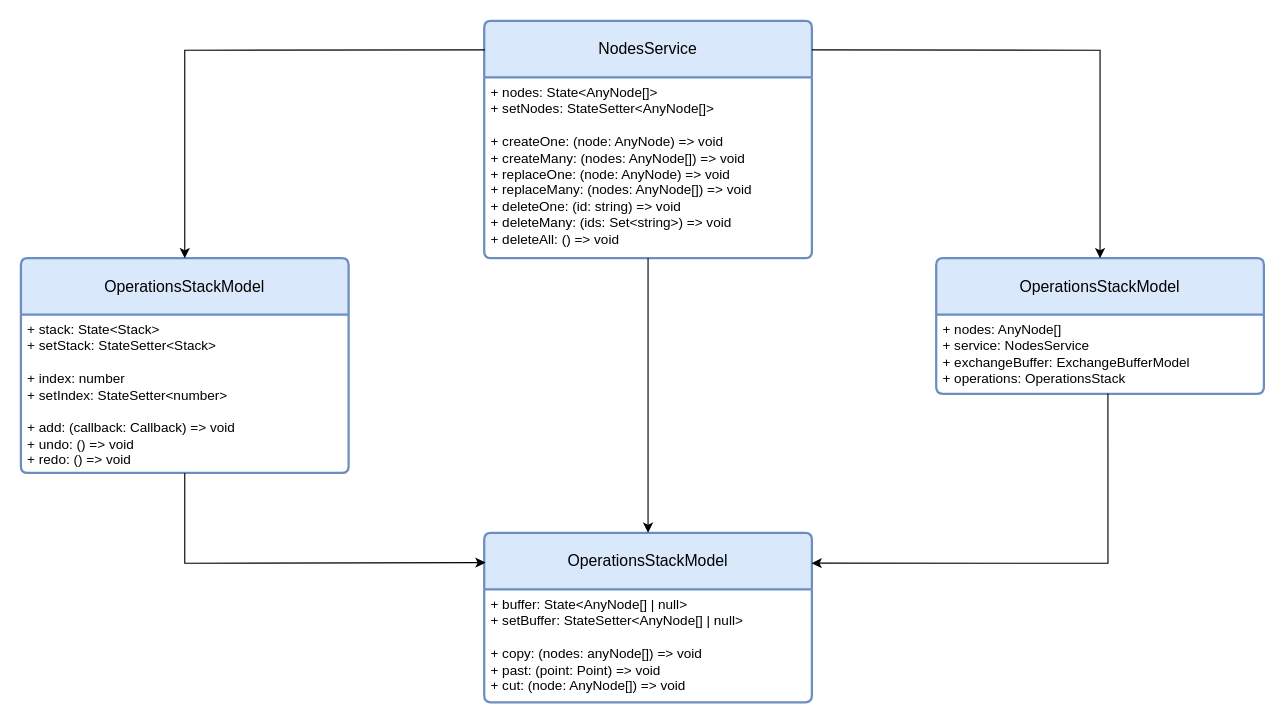
This is page "Nodes Model" (4 of 9) of docs/calypso.drawio from TarhunchiKKK/calypso, a draw.io file, before an edit. Source tidied: cells renumbered, new cells numbered last; positions are measured from the earlier drawing's top-left corner, leaving out a move shared by most shapes. Both pictures are drawn from the tidied source at 113%, with x=0, y=0 at pixel (20, 20).
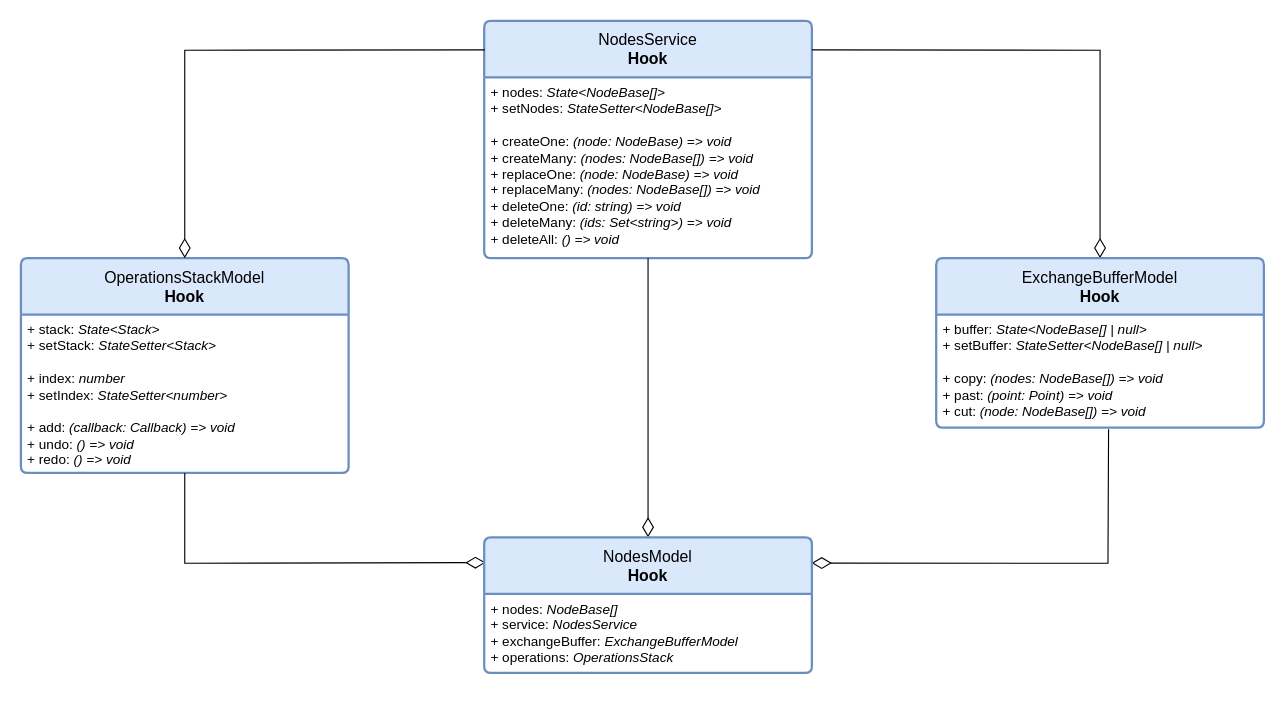
Above is the later version.

Diff of the diagram source:
```diff
@@
-    <mxCell id="2" value="OperationsStackModel" style="swimlane;horizontal=1;startSize=50;rounded=1;fontSize=14;fontStyle=0;strokeWidth=2;shadow=0;dashed=0;align=center;arcSize=4;whiteSpace=wrap;html=1;fillColor=#dae8fc;strokeColor=#6c8ebf;" parent="1" vertex="1">
+    <mxCell id="2" value="OperationsStackModel&lt;div&gt;&lt;b&gt;Hook&lt;/b&gt;&lt;/div&gt;" style="swimlane;horizontal=1;startSize=50;rounded=1;fontSize=14;fontStyle=0;strokeWidth=2;shadow=0;dashed=0;align=center;arcSize=4;whiteSpace=wrap;html=1;fillColor=#dae8fc;strokeColor=#6c8ebf;" parent="1" vertex="1">
       <mxGeometry y="210" width="290" height="190" as="geometry" />
     </mxCell>
-    <mxCell id="3" value="+ stack: State&amp;lt;Stack&amp;gt;&lt;div&gt;+ setStack: StateSetter&amp;lt;Stack&amp;gt;&lt;/div&gt;&lt;div&gt;&lt;br&gt;&lt;/div&gt;&lt;div&gt;+ index: number&lt;/div&gt;&lt;div&gt;+ setIndex: StateSetter&amp;lt;number&amp;gt;&lt;/div&gt;&lt;div&gt;&lt;br&gt;&lt;/div&gt;&lt;div&gt;+ add: (callback: Callback) =&amp;gt; void&lt;/div&gt;&lt;div&gt;+ undo: () =&amp;gt; void&lt;/div&gt;&lt;div&gt;+ redo: () =&amp;gt; void&lt;/div&gt;" style="align=left;strokeColor=none;fillColor=none;spacingLeft=4;spacingRight=4;fontSize=12;verticalAlign=top;html=1;whiteSpace=wrap;" parent="2" vertex="1">
+    <mxCell id="3" value="+ stack: &lt;i&gt;State&amp;lt;Stack&amp;gt;&lt;/i&gt;&lt;div&gt;+ setStack: &lt;i&gt;StateSetter&amp;lt;Stack&amp;gt;&lt;/i&gt;&lt;/div&gt;&lt;div&gt;&lt;br&gt;&lt;/div&gt;&lt;div&gt;+ index: &lt;i&gt;number&lt;/i&gt;&lt;/div&gt;&lt;div&gt;+ setIndex: &lt;i&gt;StateSetter&amp;lt;number&amp;gt;&lt;/i&gt;&lt;/div&gt;&lt;div&gt;&lt;br&gt;&lt;/div&gt;&lt;div&gt;+ add: &lt;i&gt;(callback: Callback) =&amp;gt; void&lt;/i&gt;&lt;/div&gt;&lt;div&gt;+ undo: &lt;i&gt;() =&amp;gt; void&lt;/i&gt;&lt;/div&gt;&lt;div&gt;+ redo: &lt;i&gt;() =&amp;gt; void&lt;/i&gt;&lt;/div&gt;" style="align=left;strokeColor=none;fillColor=none;spacingLeft=4;spacingRight=4;fontSize=12;verticalAlign=top;html=1;whiteSpace=wrap;" parent="2" vertex="1">
       <mxGeometry y="50" width="290" height="140" as="geometry" />
     </mxCell>
-    <mxCell id="4" value="NodesService" style="swimlane;horizontal=1;startSize=50;rounded=1;fontSize=14;fontStyle=0;strokeWidth=2;shadow=0;dashed=0;align=center;arcSize=4;whiteSpace=wrap;html=1;fillColor=#dae8fc;strokeColor=#6c8ebf;" parent="1" vertex="1">
+    <mxCell id="4" value="NodesService&lt;div&gt;&lt;b&gt;Hook&lt;/b&gt;&lt;/div&gt;" style="swimlane;horizontal=1;startSize=50;rounded=1;fontSize=14;fontStyle=0;strokeWidth=2;shadow=0;dashed=0;align=center;arcSize=4;whiteSpace=wrap;html=1;fillColor=#dae8fc;strokeColor=#6c8ebf;" parent="1" vertex="1">
       <mxGeometry x="410" width="290" height="210" as="geometry" />
     </mxCell>
-    <mxCell id="5" value="+ nodes: State&amp;lt;AnyNode[]&amp;gt;&lt;br&gt;+ setNodes: StateSetter&amp;lt;AnyNode[]&amp;gt;&lt;div&gt;&lt;br&gt;&lt;div&gt;+ createOne: (node: AnyNode) =&amp;gt; void&lt;div&gt;+ createMany: (nodes: AnyNode[]) =&amp;gt; void&lt;/div&gt;&lt;div&gt;+ replaceOne: (node: AnyNode) =&amp;gt; void&lt;/div&gt;&lt;div&gt;+ replaceMany: (nodes: AnyNode[]) =&amp;gt; void&lt;/div&gt;&lt;div&gt;+ deleteOne: (id: string) =&amp;gt; void&lt;/div&gt;&lt;div&gt;+ deleteMany: (ids: Set&amp;lt;string&amp;gt;) =&amp;gt; void&lt;/div&gt;&lt;div&gt;+ deleteAll: () =&amp;gt; void&lt;/div&gt;&lt;/div&gt;&lt;/div&gt;" style="align=left;strokeColor=none;fillColor=none;spacingLeft=4;spacingRight=4;fontSize=12;verticalAlign=top;html=1;whiteSpace=wrap;" parent="4" vertex="1">
+    <mxCell id="5" value="+ nodes: &lt;i&gt;State&amp;lt;&lt;/i&gt;&lt;i&gt;NodeBase&lt;/i&gt;&lt;i&gt;[]&amp;gt;&lt;/i&gt;&lt;br&gt;+ setNodes: &lt;i&gt;StateSetter&amp;lt;&lt;/i&gt;&lt;i&gt;NodeBase&lt;/i&gt;&lt;i&gt;[]&amp;gt;&lt;/i&gt;&lt;div&gt;&lt;br&gt;&lt;div&gt;+ createOne: &lt;i&gt;(node:&amp;nbsp;&lt;/i&gt;&lt;i&gt;NodeBase&lt;/i&gt;&lt;i&gt;) =&amp;gt; void&lt;/i&gt;&lt;div&gt;+ createMany: &lt;i&gt;(nodes:&amp;nbsp;&lt;/i&gt;&lt;i&gt;NodeBase&lt;/i&gt;&lt;i&gt;[]) =&amp;gt; void&lt;/i&gt;&lt;/div&gt;&lt;div&gt;+ replaceOne: &lt;i&gt;(node:&amp;nbsp;&lt;/i&gt;&lt;i&gt;NodeBase&lt;/i&gt;&lt;i&gt;) =&amp;gt; void&lt;/i&gt;&lt;/div&gt;&lt;div&gt;+ replaceMany: &lt;i&gt;(nodes:&amp;nbsp;&lt;/i&gt;&lt;i&gt;NodeBase&lt;/i&gt;&lt;i&gt;[]) =&amp;gt; void&lt;/i&gt;&lt;/div&gt;&lt;div&gt;+ deleteOne: &lt;i&gt;(id: string) =&amp;gt; void&lt;/i&gt;&lt;/div&gt;&lt;div&gt;+ deleteMany: &lt;i&gt;(ids: Set&amp;lt;string&amp;gt;) =&amp;gt; void&lt;/i&gt;&lt;/div&gt;&lt;div&gt;+ deleteAll: &lt;i&gt;() =&amp;gt; void&lt;/i&gt;&lt;/div&gt;&lt;/div&gt;&lt;/div&gt;" style="align=left;strokeColor=none;fillColor=none;spacingLeft=4;spacingRight=4;fontSize=12;verticalAlign=top;html=1;whiteSpace=wrap;" parent="4" vertex="1">
       <mxGeometry y="50" width="290" height="160" as="geometry" />
     </mxCell>
-    <mxCell id="6" value="OperationsStackModel" style="swimlane;horizontal=1;startSize=50;rounded=1;fontSize=14;fontStyle=0;strokeWidth=2;shadow=0;dashed=0;align=center;arcSize=4;whiteSpace=wrap;html=1;fillColor=#dae8fc;strokeColor=#6c8ebf;" parent="1" vertex="1">
-      <mxGeometry x="410" y="453" width="290" height="150" as="geometry" />
-    </mxCell>
-    <mxCell id="7" value="+ buffer: State&amp;lt;AnyNode[] | null&amp;gt;&lt;div&gt;+ setBuffer: StateSetter&amp;lt;AnyNode[] | null&amp;gt;&lt;/div&gt;&lt;div&gt;&lt;br&gt;&lt;/div&gt;&lt;div&gt;+ copy: (nodes: anyNode[]) =&amp;gt; void&lt;/div&gt;&lt;div&gt;+ past: (point: Point) =&amp;gt; void&lt;/div&gt;&lt;div&gt;+ cut: (node: AnyNode[]) =&amp;gt; void&lt;/div&gt;" style="align=left;strokeColor=none;fillColor=none;spacingLeft=4;spacingRight=4;fontSize=12;verticalAlign=top;html=1;whiteSpace=wrap;" parent="6" vertex="1">
-      <mxGeometry y="50" width="290" height="100" as="geometry" />
-    </mxCell>
-    <mxCell id="8" value="OperationsStackModel" style="swimlane;horizontal=1;startSize=50;rounded=1;fontSize=14;fontStyle=0;strokeWidth=2;shadow=0;dashed=0;align=center;arcSize=4;whiteSpace=wrap;html=1;fillColor=#dae8fc;strokeColor=#6c8ebf;" parent="1" vertex="1">
-      <mxGeometry x="810" y="210" width="290" height="120" as="geometry" />
-    </mxCell>
-    <mxCell id="9" value="+ nodes: AnyNode[]&lt;div&gt;+ service: NodesService&lt;/div&gt;&lt;div&gt;+ exchangeBuffer: ExchangeBufferModel&lt;/div&gt;&lt;div&gt;+ operations: OperationsStack&lt;/div&gt;" style="align=left;strokeColor=none;fillColor=none;spacingLeft=4;spacingRight=4;fontSize=12;verticalAlign=top;html=1;whiteSpace=wrap;" parent="8" vertex="1">
-      <mxGeometry y="50" width="290" height="70" as="geometry" />
-    </mxCell>
-    <mxCell id="10" style="endArrow=classic;html=1;rounded=0;entryX=0.5;entryY=0;entryDx=0;entryDy=0;exitX=1;exitY=0.122;exitDx=0;exitDy=0;exitPerimeter=0;" parent="1" edge="1" source="4" target="8">
+    <mxCell id="10" style="endArrow=diamondThin;html=1;rounded=0;entryX=0.5;entryY=0;entryDx=0;entryDy=0;exitX=1;exitY=0.122;exitDx=0;exitDy=0;exitPerimeter=0;endSize=15;endFill=0;" parent="1" edge="1" source="4">
       <mxGeometry relative="1" as="geometry">
+        <mxPoint x="955" y="210" as="targetPoint" />
         <Array as="points">
           <mxPoint x="955" y="26" />
         </Array>
       </mxGeometry>
     </mxCell>
-    <mxCell id="11" style="endArrow=classic;html=1;rounded=0;exitX=0.002;exitY=0.122;exitDx=0;exitDy=0;exitPerimeter=0;entryX=0.5;entryY=0;entryDx=0;entryDy=0;" parent="1" edge="1" source="4" target="2">
+    <mxCell id="11" style="endArrow=diamondThin;html=1;rounded=0;exitX=0.002;exitY=0.122;exitDx=0;exitDy=0;exitPerimeter=0;entryX=0.5;entryY=0;entryDx=0;entryDy=0;endFill=0;strokeWidth=1;endSize=15;" parent="1" edge="1" source="4" target="2">
       <mxGeometry relative="1" as="geometry">
         <Array as="points">
           <mxPoint x="145" y="26" />
         </Array>
       </mxGeometry>
     </mxCell>
-    <mxCell id="12" style="endArrow=classic;html=1;rounded=0;exitX=0.5;exitY=1;exitDx=0;exitDy=0;entryX=0.004;entryY=0.176;entryDx=0;entryDy=0;entryPerimeter=0;" parent="1" edge="1" source="3" target="6">
+    <mxCell id="12" style="endArrow=diamondThin;html=1;rounded=0;exitX=0.5;exitY=1;exitDx=0;exitDy=0;entryX=0.004;entryY=0.176;entryDx=0;entryDy=0;entryPerimeter=0;endSize=15;endFill=0;" parent="1" edge="1" source="3">
       <mxGeometry relative="1" as="geometry">
+        <mxPoint x="411.2" y="479.4" as="targetPoint" />
         <Array as="points">
           <mxPoint x="145" y="480" />
         </Array>
       </mxGeometry>
     </mxCell>
-    <mxCell id="13" style="endArrow=classic;html=1;rounded=0;exitX=0.524;exitY=0.995;exitDx=0;exitDy=0;exitPerimeter=0;entryX=0.999;entryY=0.179;entryDx=0;entryDy=0;entryPerimeter=0;" parent="1" edge="1" source="9" target="6">
+    <mxCell id="13" style="endArrow=diamondThin;html=1;rounded=0;exitX=0.526;exitY=1.014;exitDx=0;exitDy=0;exitPerimeter=0;entryX=0.999;entryY=0.179;entryDx=0;entryDy=0;entryPerimeter=0;endFill=0;endSize=15;" parent="1" edge="1" source="16">
       <mxGeometry relative="1" as="geometry">
+        <mxPoint x="699.7" y="479.8" as="targetPoint" />
         <Array as="points">
           <mxPoint x="962" y="480" />
         </Array>
       </mxGeometry>
     </mxCell>
-    <mxCell id="14" style="endArrow=classic;html=1;rounded=0;entryX=0.5;entryY=0;entryDx=0;entryDy=0;exitX=0.5;exitY=1;exitDx=0;exitDy=0;" parent="1" edge="1" source="5" target="6">
+    <mxCell id="14" style="endArrow=diamondThin;html=1;rounded=0;exitX=0.5;exitY=1;exitDx=0;exitDy=0;endSize=15;endFill=0;" parent="1" edge="1" source="5" target="17">
       <mxGeometry relative="1" as="geometry" />
     </mxCell>
+    <mxCell id="15" value="ExchangeBufferModel&lt;div&gt;&lt;b&gt;Hook&lt;/b&gt;&lt;/div&gt;" style="swimlane;horizontal=1;startSize=50;rounded=1;fontSize=14;fontStyle=0;strokeWidth=2;shadow=0;dashed=0;align=center;arcSize=4;whiteSpace=wrap;html=1;fillColor=#dae8fc;strokeColor=#6c8ebf;" parent="1" vertex="1">
+      <mxGeometry x="810" y="210" width="290" height="150" as="geometry" />
+    </mxCell>
+    <mxCell id="16" value="+ buffer: &lt;i&gt;State&amp;lt;&lt;/i&gt;&lt;i&gt;NodeBase&lt;/i&gt;&lt;i&gt;[] | null&amp;gt;&lt;/i&gt;&lt;div&gt;+ setBuffer: &lt;i&gt;StateSetter&amp;lt;&lt;/i&gt;&lt;i&gt;NodeBase&lt;/i&gt;&lt;i&gt;[] | null&amp;gt;&lt;/i&gt;&lt;/div&gt;&lt;div&gt;&lt;br&gt;&lt;/div&gt;&lt;div&gt;+ copy: &lt;i&gt;(nodes:&amp;nbsp;&lt;/i&gt;&lt;i&gt;NodeBase&lt;/i&gt;&lt;i&gt;[]) =&amp;gt; void&lt;/i&gt;&lt;/div&gt;&lt;div&gt;+ past: &lt;i&gt;(point: Point) =&amp;gt; void&lt;/i&gt;&lt;/div&gt;&lt;div&gt;+ cut: &lt;i&gt;(node:&amp;nbsp;&lt;/i&gt;&lt;i&gt;NodeBase&lt;/i&gt;&lt;i&gt;[]) =&amp;gt; void&lt;/i&gt;&lt;/div&gt;" style="align=left;strokeColor=none;fillColor=none;spacingLeft=4;spacingRight=4;fontSize=12;verticalAlign=top;html=1;whiteSpace=wrap;" parent="15" vertex="1">
+      <mxGeometry y="50" width="290" height="100" as="geometry" />
+    </mxCell>
+    <mxCell id="17" value="NodesModel&lt;div&gt;&lt;b&gt;Hook&lt;/b&gt;&lt;/div&gt;" style="swimlane;horizontal=1;startSize=50;rounded=1;fontSize=14;fontStyle=0;strokeWidth=2;shadow=0;dashed=0;align=center;arcSize=4;whiteSpace=wrap;html=1;fillColor=#dae8fc;strokeColor=#6c8ebf;" parent="1" vertex="1">
+      <mxGeometry x="410" y="457" width="290" height="120" as="geometry" />
+    </mxCell>
+    <mxCell id="18" value="+ nodes: &lt;i&gt;NodeBase[]&lt;/i&gt;&lt;div&gt;+ service: &lt;i&gt;NodesService&lt;/i&gt;&lt;/div&gt;&lt;div&gt;+ exchangeBuffer: &lt;i&gt;ExchangeBufferModel&lt;/i&gt;&lt;/div&gt;&lt;div&gt;+ operations: &lt;i&gt;OperationsStack&lt;/i&gt;&lt;/div&gt;" style="align=left;strokeColor=none;fillColor=none;spacingLeft=4;spacingRight=4;fontSize=12;verticalAlign=top;html=1;whiteSpace=wrap;" parent="17" vertex="1">
+      <mxGeometry y="50" width="290" height="70" as="geometry" />
+    </mxCell>
```
